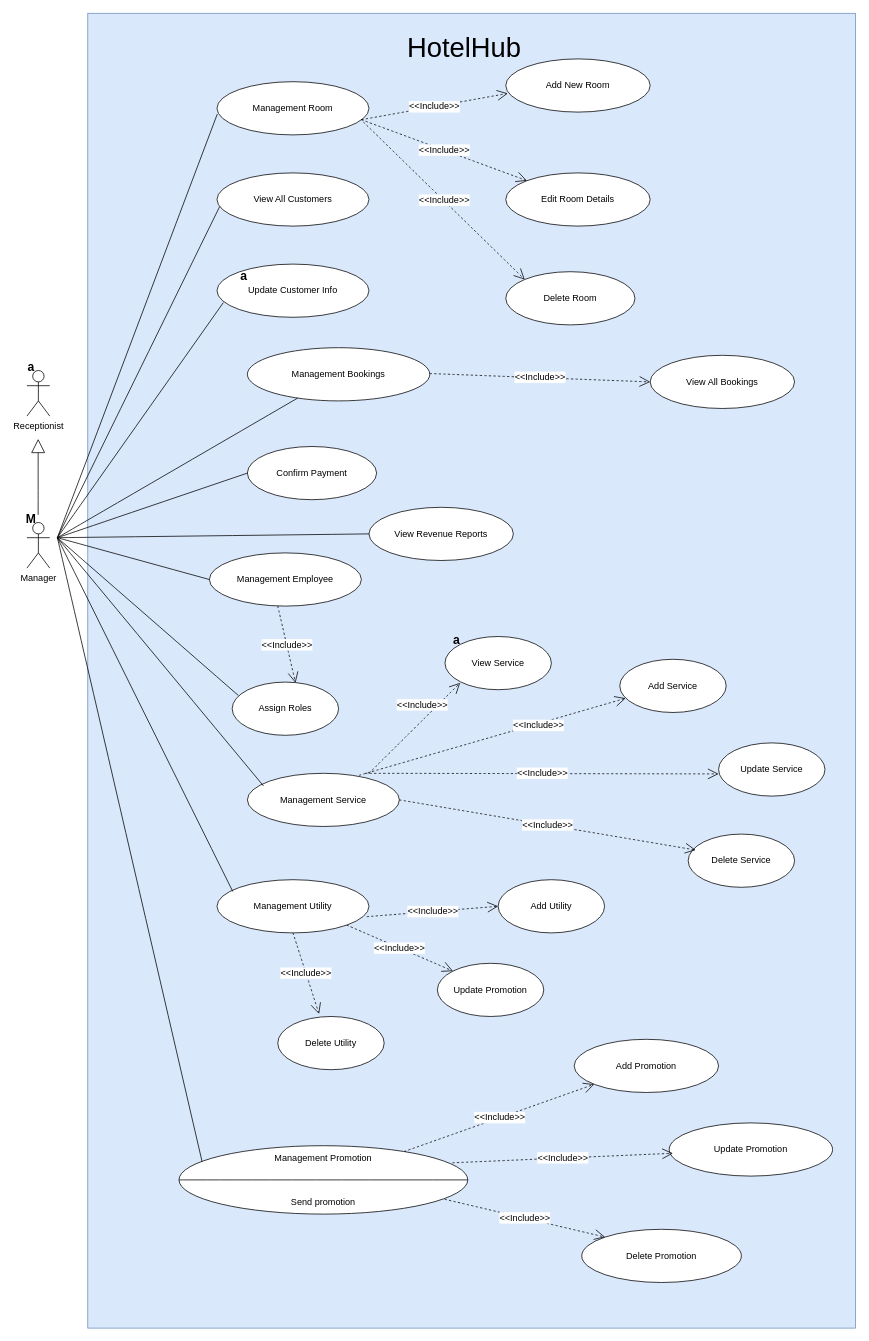
The draw.io diagram page "UCs for Manager" (4 of 4) of UseCase.drawio in toikobi401/SWP391_HotelManagement, before the edit. Source tidied: cells renumbered, new cells numbered last; positions are measured from the earlier drawing's top-left corner, leaving out a move shared by most shapes. Both pictures are drawn from the tidied source at 76%, with x=0, y=0 at pixel (15, 13).
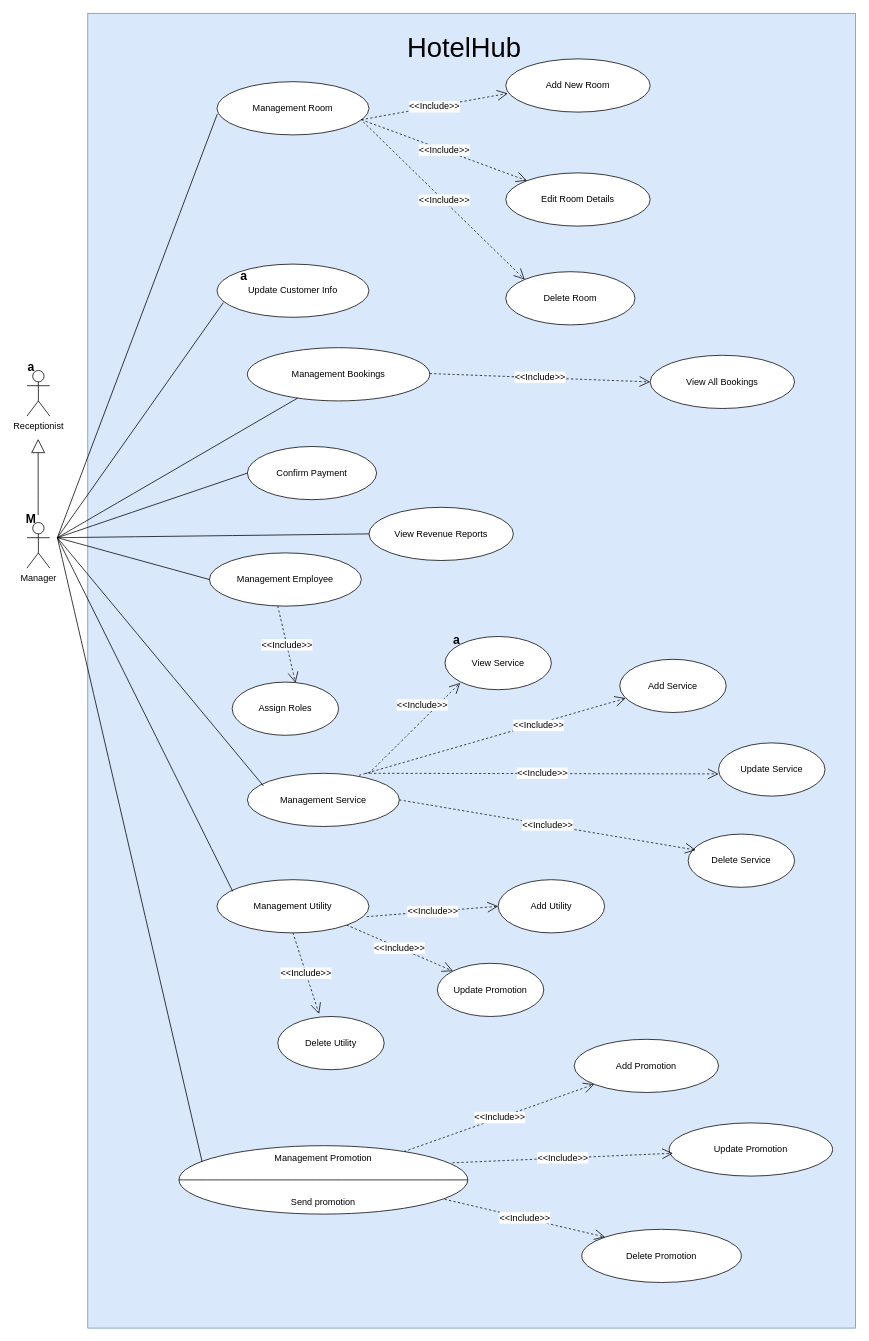
The same diagram, later.

Unchanged cells that the change refers to:
```xml
<mxCell id="20" value="Assign Roles" style="ellipse;whiteSpace=wrap;html=1;" parent="1" vertex="1">
  <mxGeometry x="285" y="880" width="140" height="70" as="geometry" />
</mxCell>
```

Change to the diagram source:
```diff
@@
-    <mxCell id="9" value="View All Customers" style="ellipse;whiteSpace=wrap;html=1;" parent="1" vertex="1">
-      <mxGeometry x="265" y="210" width="200" height="70" as="geometry" />
-    </mxCell>
@@
-    <mxCell id="36" style="endArrow=none;html=1;rounded=0;fontSize=12;startSize=8;endSize=8;curved=1;entryX=0.018;entryY=0.631;entryDx=0;entryDy=0;entryPerimeter=0;" parent="1" edge="1" target="9">
-      <mxGeometry relative="1" as="geometry">
-        <mxPoint x="55" y="690" as="sourcePoint" />
-      </mxGeometry>
-    </mxCell>
@@
-    <mxCell id="38" style="endArrow=none;html=1;rounded=0;fontSize=12;startSize=8;endSize=8;curved=1;entryX=0.058;entryY=0.251;entryDx=0;entryDy=0;entryPerimeter=0;" parent="1" edge="1" target="20">
-      <mxGeometry relative="1" as="geometry">
-        <mxPoint x="55" y="690" as="sourcePoint" />
-      </mxGeometry>
-    </mxCell>
```
